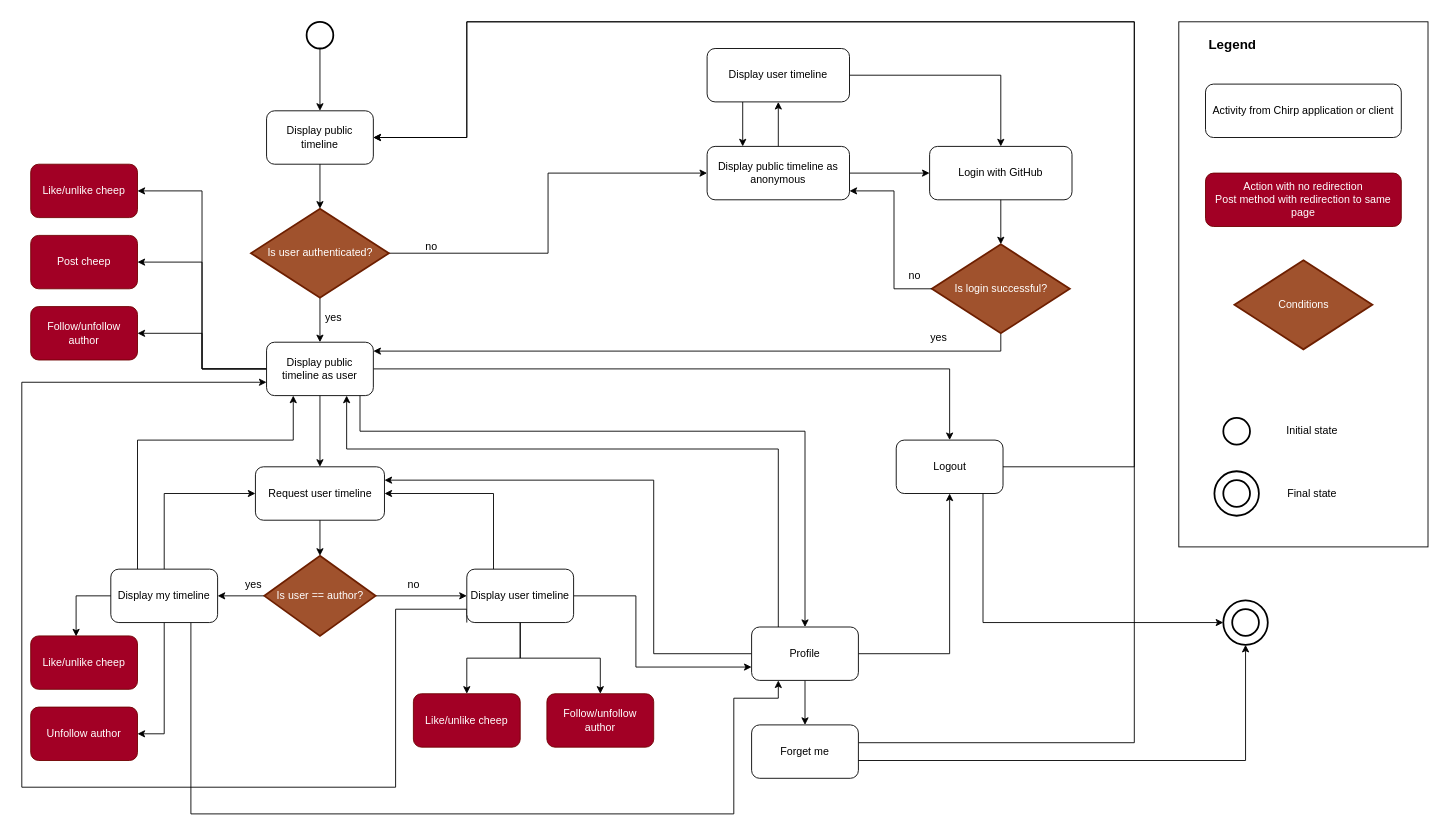
Above: docs/diagrams/UserActivity.drawio in ITU-BDSA23-GROUP8/Chirp (draw.io), before the change. Source tidied: cells renumbered, new cells numbered last; positions are measured from the earlier drawing's top-left corner, leaving out a move shared by most shapes. Both pictures are drawn from the tidied source at 89%, with x=0, y=0 at pixel (21, 21).
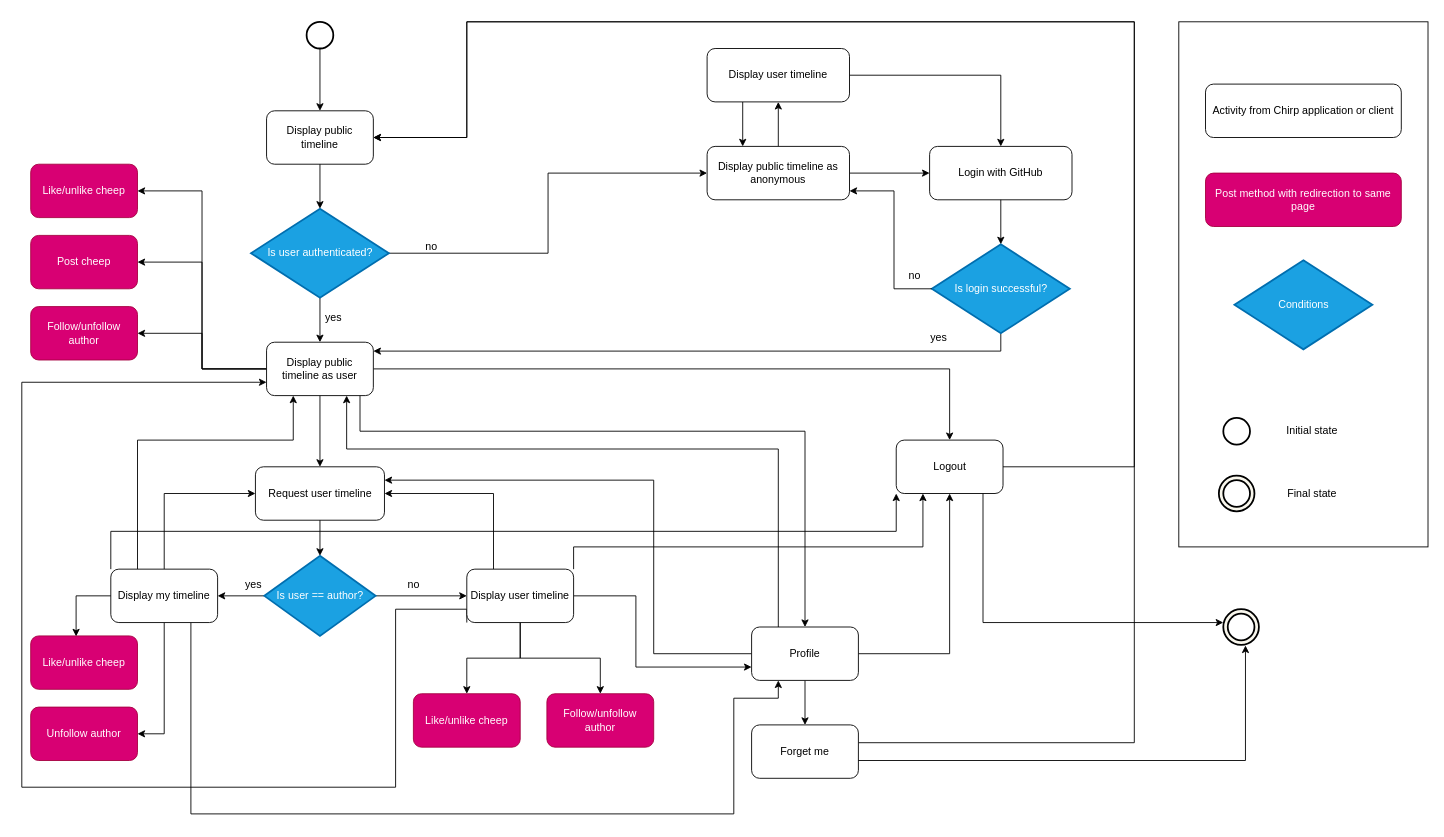
Above is the later version.

Unchanged cells that the change refers to:
```xml
<mxCell id="27" value="Display my timeline" style="rounded=1;whiteSpace=wrap;html=1;" parent="1" vertex="1">
  <mxGeometry x="100" y="615" width="120" height="60" as="geometry" />
</mxCell>
<mxCell id="42" value="Display user timeline" style="rounded=1;whiteSpace=wrap;html=1;" parent="1" vertex="1">
  <mxGeometry x="500" y="615" width="120" height="60" as="geometry" />
</mxCell>
<mxCell id="64" value="Forget me" style="rounded=1;whiteSpace=wrap;html=1;" parent="1" vertex="1">
  <mxGeometry x="820" y="790" width="120" height="60" as="geometry" />
</mxCell>
<mxCell id="66" value="Logout" style="rounded=1;whiteSpace=wrap;html=1;" parent="1" vertex="1">
  <mxGeometry x="982.5" y="470" width="120" height="60" as="geometry" />
</mxCell>
```

Change to the diagram source:
```diff
@@
-    <mxCell id="8" value="Is user authenticated?" style="strokeWidth=2;html=1;shape=mxgraph.flowchart.decision;whiteSpace=wrap;fillColor=#a0522d;fontColor=#ffffff;strokeColor=#6D1F00;" parent="1" vertex="1">
+    <mxCell id="8" value="Is user authenticated?" style="strokeWidth=2;html=1;shape=mxgraph.flowchart.decision;whiteSpace=wrap;fillColor=#1ba1e2;fontColor=#ffffff;strokeColor=#006EAF;" parent="1" vertex="1">
       <mxGeometry x="257.5" y="210" width="155" height="100" as="geometry" />
     </mxCell>
@@
-    <mxCell id="22" value="Post cheep" style="rounded=1;whiteSpace=wrap;html=1;fillColor=#a20025;fontColor=#ffffff;strokeColor=#6F0000;" parent="1" vertex="1">
+    <mxCell id="22" value="Post cheep" style="rounded=1;whiteSpace=wrap;html=1;fillColor=#d80073;fontColor=#ffffff;strokeColor=#A50040;" parent="1" vertex="1">
       <mxGeometry x="10" y="240" width="120" height="60" as="geometry" />
     </mxCell>
@@
+    <mxCell id="82" style="edgeStyle=orthogonalEdgeStyle;rounded=0;jettySize=auto;html=1;exitX=0;exitY=0;exitDx=0;exitDy=0;entryX=0;entryY=1;entryDx=0;entryDy=0;" parent="1" edge="1" source="27" target="66">
+      <mxGeometry relative="1" as="geometry" />
+    </mxCell>
@@
-    <mxCell id="33" value="Is login successful?" style="strokeWidth=2;html=1;shape=mxgraph.flowchart.decision;whiteSpace=wrap;fillColor=#a0522d;fontColor=#ffffff;strokeColor=#6D1F00;" parent="1" vertex="1">
+    <mxCell id="33" value="Is login successful?" style="strokeWidth=2;html=1;shape=mxgraph.flowchart.decision;whiteSpace=wrap;fillColor=#1ba1e2;fontColor=#ffffff;strokeColor=#006EAF;" parent="1" vertex="1">
       <mxGeometry x="1022.5" y="250" width="155" height="100" as="geometry" />
     </mxCell>
@@
+    <mxCell id="83" style="edgeStyle=orthogonalEdgeStyle;rounded=0;jettySize=auto;html=1;exitX=1;exitY=0;exitDx=0;exitDy=0;entryX=0.25;entryY=1;entryDx=0;entryDy=0;" parent="1" edge="1" source="42" target="66">
+      <mxGeometry relative="1" as="geometry">
+        <Array as="points">
+          <mxPoint x="620" y="590" />
+          <mxPoint x="1013" y="590" />
+        </Array>
+      </mxGeometry>
+    </mxCell>
@@
-    <mxCell id="43" value="Unfollow author" style="rounded=1;whiteSpace=wrap;html=1;fillColor=#a20025;fontColor=#ffffff;strokeColor=#6F0000;" parent="1" vertex="1">
+    <mxCell id="43" value="Unfollow author" style="rounded=1;whiteSpace=wrap;html=1;fillColor=#d80073;fontColor=#ffffff;strokeColor=#A50040;" parent="1" vertex="1">
       <mxGeometry x="10" y="770" width="120" height="60" as="geometry" />
     </mxCell>
-    <mxCell id="44" value="Like/unlike cheep" style="rounded=1;whiteSpace=wrap;html=1;fillColor=#a20025;fontColor=#ffffff;strokeColor=#6F0000;" parent="1" vertex="1">
+    <mxCell id="44" value="Like/unlike cheep" style="rounded=1;whiteSpace=wrap;html=1;fillColor=#d80073;fontColor=#ffffff;strokeColor=#A50040;" parent="1" vertex="1">
       <mxGeometry x="10" y="690" width="120" height="60" as="geometry" />
     </mxCell>
@@
-    <mxCell id="47" value="Like/unlike cheep" style="rounded=1;whiteSpace=wrap;html=1;fillColor=#a20025;fontColor=#ffffff;strokeColor=#6F0000;" parent="1" vertex="1">
+    <mxCell id="47" value="Like/unlike cheep" style="rounded=1;whiteSpace=wrap;html=1;fillColor=#d80073;strokeColor=#A50040;fontColor=#ffffff;" parent="1" vertex="1">
       <mxGeometry x="10" y="160" width="120" height="60" as="geometry" />
     </mxCell>
-    <mxCell id="48" value="Follow/unfollow author" style="rounded=1;whiteSpace=wrap;html=1;fillColor=#a20025;fontColor=#ffffff;strokeColor=#6F0000;" parent="1" vertex="1">
+    <mxCell id="48" value="Follow/unfollow author" style="rounded=1;whiteSpace=wrap;html=1;fillColor=#d80073;fontColor=#ffffff;strokeColor=#A50040;" parent="1" vertex="1">
       <mxGeometry x="10" y="320" width="120" height="60" as="geometry" />
     </mxCell>
-    <mxCell id="49" value="Like/unlike cheep" style="rounded=1;whiteSpace=wrap;html=1;fillColor=#a20025;fontColor=#ffffff;strokeColor=#6F0000;" parent="1" vertex="1">
+    <mxCell id="49" value="Like/unlike cheep" style="rounded=1;whiteSpace=wrap;html=1;fillColor=#d80073;fontColor=#ffffff;strokeColor=#A50040;" parent="1" vertex="1">
       <mxGeometry x="440" y="755" width="120" height="60" as="geometry" />
     </mxCell>
-    <mxCell id="50" value="Follow/unfollow author" style="rounded=1;whiteSpace=wrap;html=1;fillColor=#a20025;fontColor=#ffffff;strokeColor=#6F0000;" parent="1" vertex="1">
+    <mxCell id="50" value="Follow/unfollow author" style="rounded=1;whiteSpace=wrap;html=1;fillColor=#d80073;fontColor=#ffffff;strokeColor=#A50040;" parent="1" vertex="1">
       <mxGeometry x="590" y="755" width="120" height="60" as="geometry" />
     </mxCell>
@@
-    <mxCell id="53" value="Is user == author?" style="strokeWidth=2;html=1;shape=mxgraph.flowchart.decision;whiteSpace=wrap;fillColor=#a0522d;fontColor=#ffffff;strokeColor=#6D1F00;" parent="1" vertex="1">
+    <mxCell id="53" value="Is user == author?" style="strokeWidth=2;html=1;shape=mxgraph.flowchart.decision;whiteSpace=wrap;fillColor=#1ba1e2;fontColor=#ffffff;strokeColor=#006EAF;" parent="1" vertex="1">
       <mxGeometry x="272.5" y="600" width="125" height="90" as="geometry" />
     </mxCell>
@@
-    <mxCell id="67" style="group;" parent="1" vertex="1">
-      <mxGeometry x="1350" y="650" width="50" height="50" as="geometry" />
-    </mxCell>
-    <mxCell id="68" style="strokeWidth=2;html=1;shape=mxgraph.flowchart.start_2;whiteSpace=wrap;" parent="67" vertex="1">
-      <mxGeometry width="50" height="50" as="geometry" />
-    </mxCell>
-    <mxCell id="69" style="strokeWidth=2;html=1;shape=mxgraph.flowchart.start_2;whiteSpace=wrap;" parent="67" vertex="1">
-      <mxGeometry x="10" y="10" width="30" height="30" as="geometry" />
-    </mxCell>
-    <mxCell id="70" style="edgeStyle=orthogonalEdgeStyle;rounded=0;jettySize=auto;html=1;entryX=0;entryY=0.5;entryDx=0;entryDy=0;entryPerimeter=0;" parent="1" edge="1" source="66" target="68">
+    <mxCell id="70" style="edgeStyle=orthogonalEdgeStyle;rounded=0;jettySize=auto;html=1;entryX=0;entryY=0.5;entryDx=0;entryDy=0;entryPerimeter=0;" parent="1" edge="1" source="66">
       <mxGeometry relative="1" as="geometry">
+        <mxPoint x="1350" y="675" as="targetPoint" />
         <Array as="points">
           <mxPoint x="1080" y="675" />
         </Array>
       </mxGeometry>
     </mxCell>
-    <mxCell id="71" style="edgeStyle=orthogonalEdgeStyle;rounded=0;jettySize=auto;html=1;entryX=0.5;entryY=1;entryDx=0;entryDy=0;entryPerimeter=0;" parent="1" edge="1" source="64" target="68">
+    <mxCell id="71" style="edgeStyle=orthogonalEdgeStyle;rounded=0;jettySize=auto;html=1;entryX=0.623;entryY=1.018;entryDx=0;entryDy=0;entryPerimeter=0;" parent="1" edge="1" source="64" target="84">
       <mxGeometry relative="1" as="geometry">
         <Array as="points">
           <mxPoint x="1375" y="830" />
         </Array>
       </mxGeometry>
     </mxCell>
-    <mxCell id="72" value="&lt;div&gt;Action with no redirection&lt;/div&gt;Post method with redirection to same page" style="rounded=1;whiteSpace=wrap;html=1;fillColor=#a20025;fontColor=#ffffff;strokeColor=#6F0000;" parent="1" vertex="1">
+    <mxCell id="72" value="&lt;div&gt;&lt;/div&gt;Post method with redirection to same page" style="rounded=1;whiteSpace=wrap;html=1;fillColor=#d80073;fontColor=#ffffff;strokeColor=#A50040;" parent="1" vertex="1">
       <mxGeometry x="1330" y="170" width="220" height="60" as="geometry" />
     </mxCell>
@@
-    <mxCell id="74" value="Conditions" style="strokeWidth=2;html=1;shape=mxgraph.flowchart.decision;whiteSpace=wrap;fillColor=#a0522d;fontColor=#ffffff;strokeColor=#6D1F00;" parent="1" vertex="1">
+    <mxCell id="74" value="Conditions" style="strokeWidth=2;html=1;shape=mxgraph.flowchart.decision;whiteSpace=wrap;fillColor=#1ba1e2;fontColor=#ffffff;strokeColor=#006EAF;" parent="1" vertex="1">
       <mxGeometry x="1362.5" y="268" width="155" height="100" as="geometry" />
     </mxCell>
-    <mxCell id="75" value="&lt;font style=&quot;font-size: 15px;&quot;&gt;&lt;b&gt;Legend&lt;/b&gt;&lt;/font&gt;" style="text;html=1;strokeColor=none;fillColor=none;align=center;verticalAlign=middle;rounded=0;" parent="1" vertex="1">
-      <mxGeometry x="1330" y="10" width="60" height="30" as="geometry" />
-    </mxCell>
-    <mxCell id="76" style="group;" parent="1" vertex="1">
-      <mxGeometry x="1340" y="505" width="50" height="50" as="geometry" />
-    </mxCell>
-    <mxCell id="77" style="strokeWidth=2;html=1;shape=mxgraph.flowchart.start_2;whiteSpace=wrap;" parent="76" vertex="1">
-      <mxGeometry width="50" height="50" as="geometry" />
-    </mxCell>
-    <mxCell id="78" style="strokeWidth=2;html=1;shape=mxgraph.flowchart.start_2;whiteSpace=wrap;" parent="76" vertex="1">
-      <mxGeometry x="10" y="10" width="30" height="30" as="geometry" />
-    </mxCell>
@@
+    <mxCell id="84" style="strokeWidth=2;html=1;shape=mxgraph.flowchart.start_2;whiteSpace=wrap;fillColor=#f9f7ed;strokeColor=#000000;" parent="1" vertex="1">
+      <mxGeometry x="1350" y="660" width="40" height="40" as="geometry" />
+    </mxCell>
+    <mxCell id="85" style="strokeWidth=2;html=1;shape=mxgraph.flowchart.start_2;whiteSpace=wrap;" parent="1" vertex="1">
+      <mxGeometry x="1355" y="665" width="30" height="30" as="geometry" />
+    </mxCell>
+    <mxCell id="86" style="strokeWidth=2;html=1;shape=mxgraph.flowchart.start_2;whiteSpace=wrap;fillColor=#f9f7ed;strokeColor=#000000;" parent="1" vertex="1">
+      <mxGeometry x="1345" y="510" width="40" height="40" as="geometry" />
+    </mxCell>
+    <mxCell id="87" style="strokeWidth=2;html=1;shape=mxgraph.flowchart.start_2;whiteSpace=wrap;" parent="1" vertex="1">
+      <mxGeometry x="1350" y="515" width="30" height="30" as="geometry" />
+    </mxCell>
```
